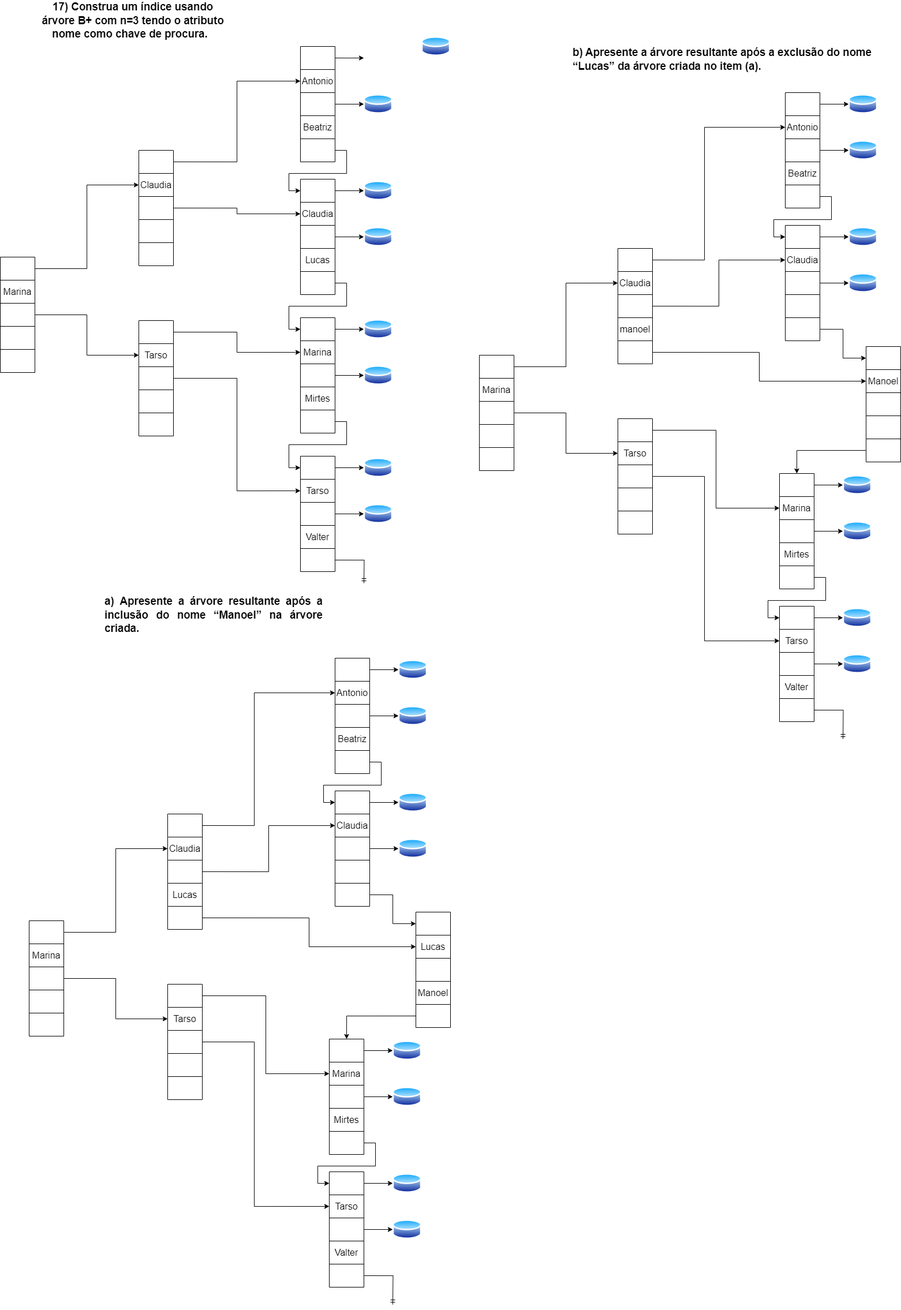
The draw.io diagram Arvore B+.drawio.png in VitorFonseca123/exerc_indice_BD, before a commit. Source tidied: cells renumbered, new cells last; positions are measured from the earlier drawing's top-left corner, leaving out a move shared by most shapes.
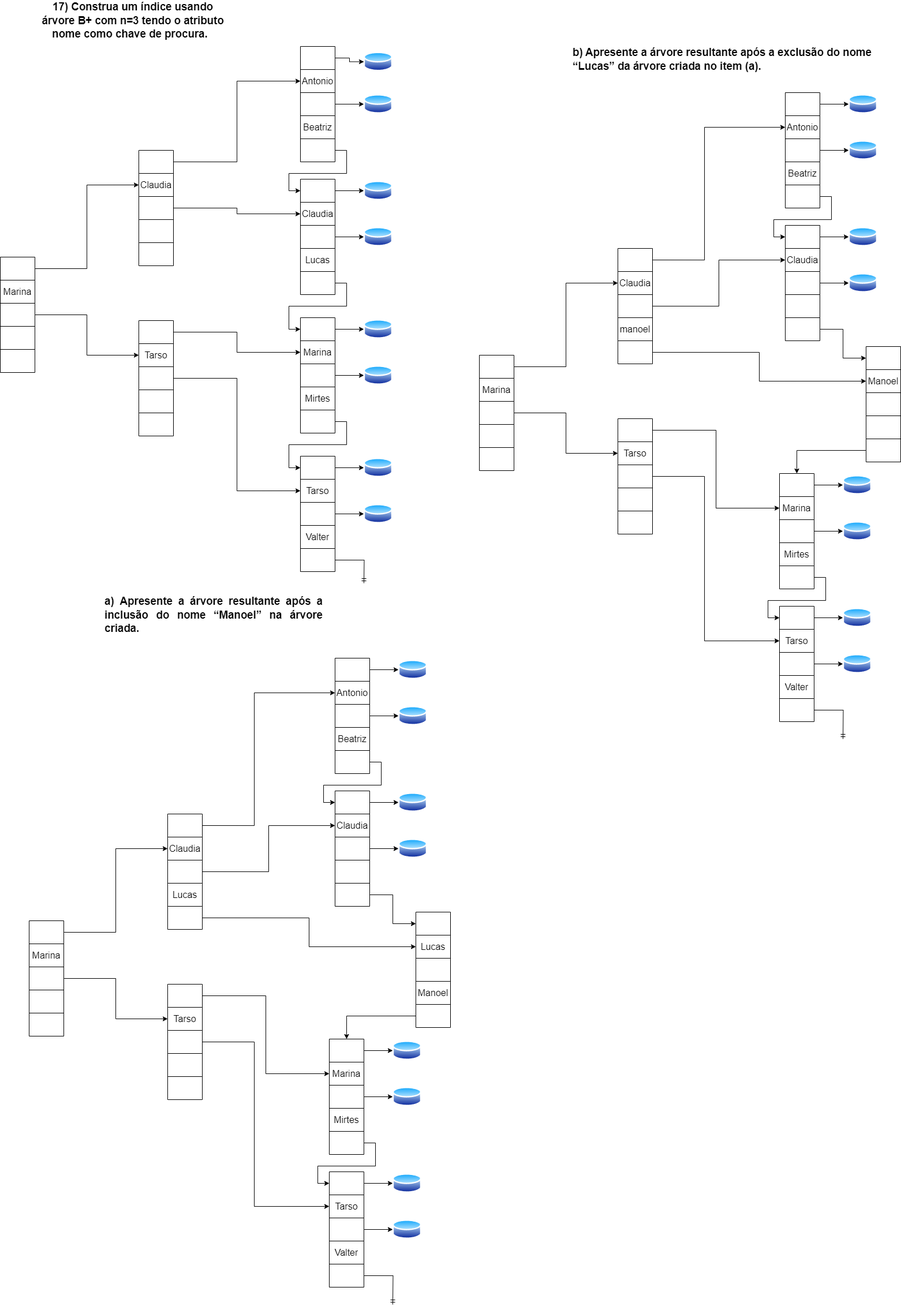
The same diagram one commit later.

The edit, as a diff of the source:
```diff
@@ -36,12 +36,10 @@
       <mxGeometry width="60" height="40" as="geometry" />
     </mxCell>
     <mxCell id="13" style="image;perimeter=ellipsePerimeter;html=1;align=center;shadow=0;dashed=0;spacingTop=3;image=img/lib/active_directory/database.svg;" parent="1" vertex="1">
-      <mxGeometry x="730" y="41.5" width="50" height="37" as="geometry" />
+      <mxGeometry x="630" y="68" width="50" height="37" as="geometry" />
     </mxCell>
-    <mxCell id="14" style="edgeStyle=orthogonalEdgeStyle;rounded=0;jettySize=auto;html=1;exitX=1;exitY=0.5;exitDx=0;exitDy=0;entryX=0;entryY=0.5;entryDx=0;entryDy=0;" parent="1" edge="1" source="3">
-      <mxGeometry relative="1" as="geometry">
-        <mxPoint x="630" y="80" as="targetPoint" />
-      </mxGeometry>
+    <mxCell id="14" style="edgeStyle=orthogonalEdgeStyle;rounded=0;jettySize=auto;html=1;exitX=1;exitY=0.5;exitDx=0;exitDy=0;entryX=0;entryY=0.5;entryDx=0;entryDy=0;" parent="1" edge="1" source="3" target="13">
+      <mxGeometry relative="1" as="geometry" />
     </mxCell>
     <mxCell id="15" style="image;perimeter=ellipsePerimeter;html=1;align=center;shadow=0;dashed=0;spacingTop=3;image=img/lib/active_directory/database.svg;" parent="1" vertex="1">
       <mxGeometry x="630" y="141.5" width="50" height="37" as="geometry" />
```
